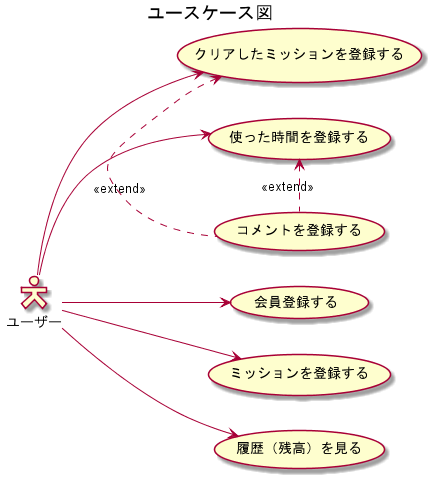
Before: out/documents/TimesavingsBank_use_case_diagram/ユースケース図.png, a diagram exported from PlantUML (chitan148/TimesavingsBank).
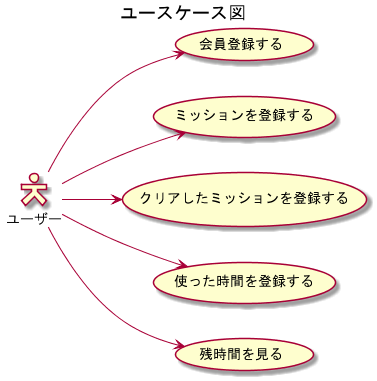
The same file after the commit.

Commit message:
ユースケース図も変更

The edit, as a diff of the source:
```diff
@@ -8,9 +8,8 @@
 usecase "会員登録する" as UC1
 usecase "ミッションを登録する" as UC2
 usecase "クリアしたミッションを登録する" as UC3
-usecase "履歴（残高）を見る" as UC4
-usecase "使った時間を登録する"  as UC5
-usecase "コメントを登録する" as UC6
+usecase "使った時間を登録する" as UC4
+usecase "残時間を見る"  as UC5
 
 u --> UC1
 u --> UC2
@@ -18,7 +17,5 @@
 u --> UC4
 u --> UC5
 
-UC3 <. UC6 : <<extend>>
-UC5 <. UC6 : <<extend>>
 
 @enduml
```
